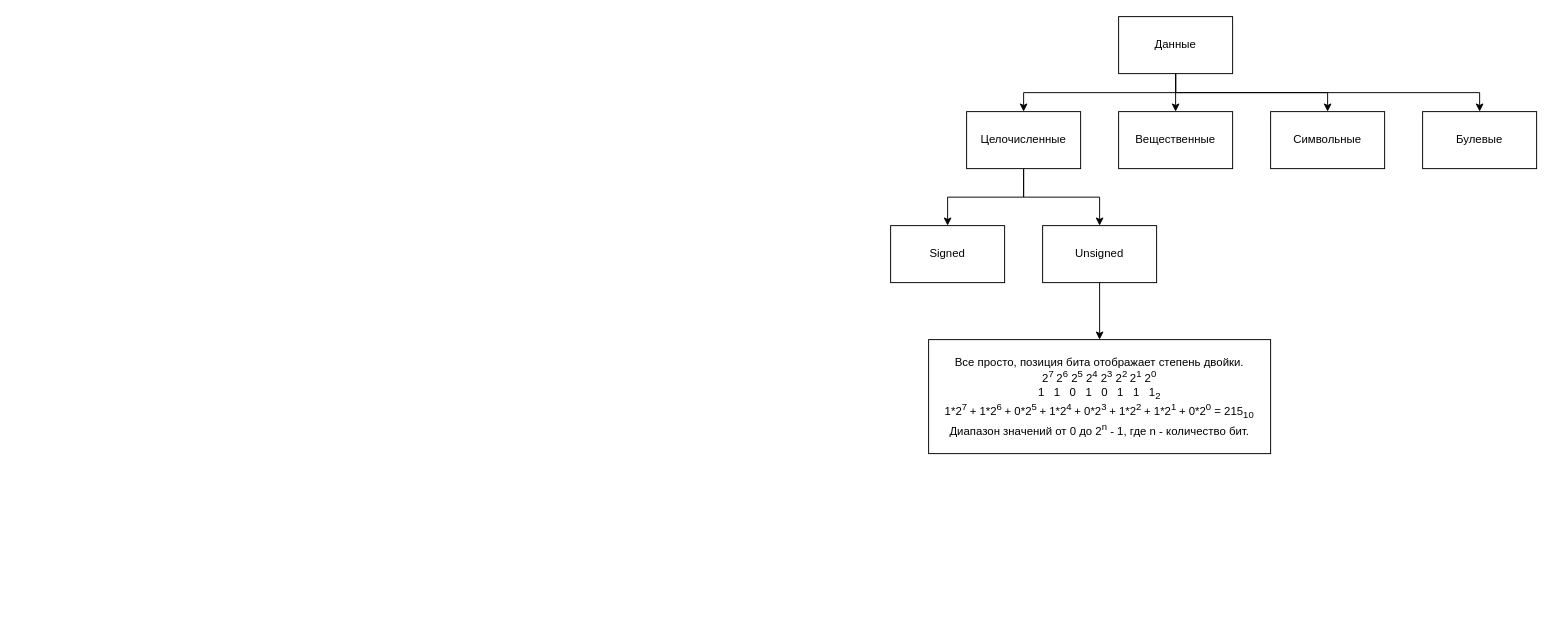
qjz/computer-science keeps this draw.io diagram as computer-architecture.drawio. Above is the earlier version. Source tidied: cells renumbered, new cells numbered last; positions are measured from the earlier drawing's top-left corner, leaving out a move shared by most shapes. Both pictures are drawn from the tidied source at 95%, with x=0, y=0 at pixel (890, 16).
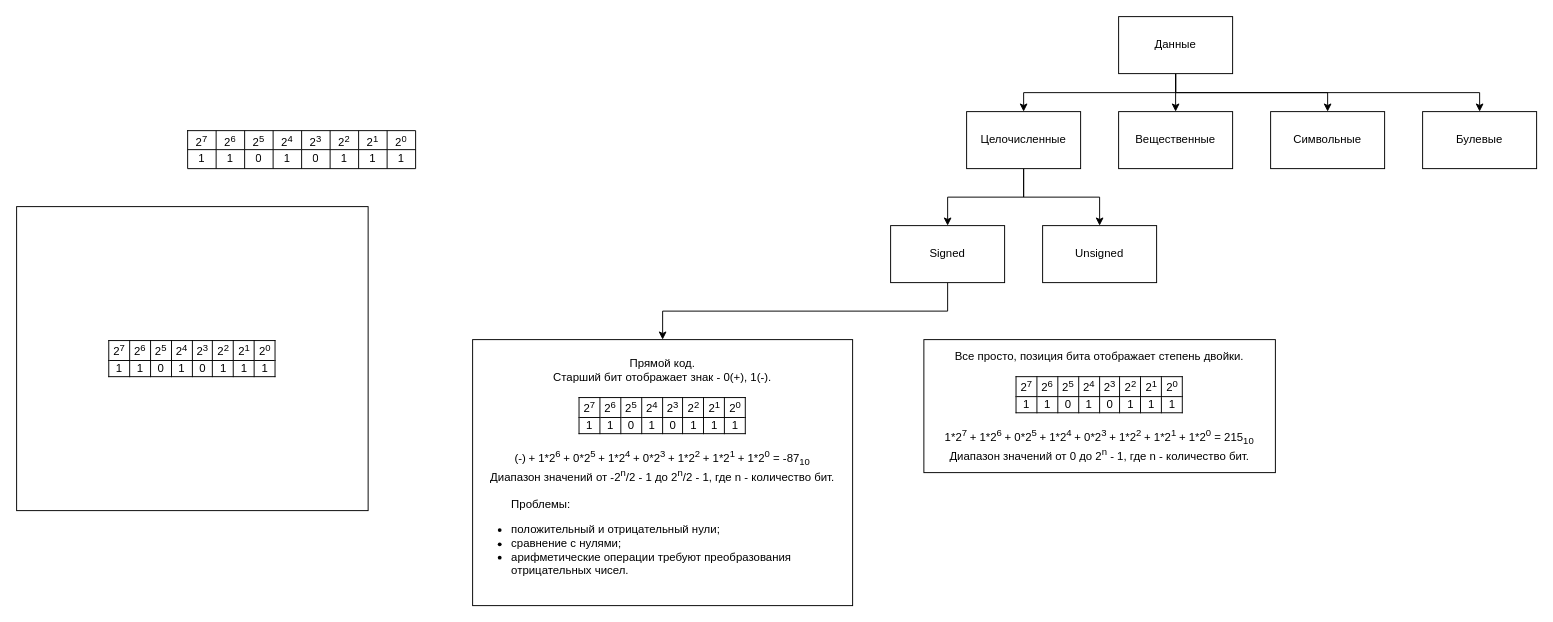
Above is the later version.

Commit message:
signed magnitude representation.drawio

Unchanged cells that the change refers to:
```xml
<mxCell id="13" value="Signed" style="rounded=0;whiteSpace=wrap;html=1;" parent="1" vertex="1">
  <mxGeometry y="220" width="120" height="60" as="geometry" />
</mxCell>
<mxCell id="15" value="Unsigned" style="rounded=0;whiteSpace=wrap;html=1;" parent="1" vertex="1">
  <mxGeometry x="160" y="220" width="120" height="60" as="geometry" />
</mxCell>
```

What changed in the source:
```diff
@@
+    <mxCell id="17" style="edgeStyle=orthogonalEdgeStyle;rounded=0;jettySize=auto;html=1;exitX=0.5;exitY=1;exitDx=0;exitDy=0;entryX=0.5;entryY=0;entryDx=0;entryDy=0;" parent="1" edge="1" source="13" target="38">
+      <mxGeometry relative="1" as="geometry" />
+    </mxCell>
@@
-    <mxCell id="14" style="edgeStyle=orthogonalEdgeStyle;rounded=0;jettySize=auto;html=1;exitX=0.5;exitY=1;exitDx=0;exitDy=0;entryX=0.5;entryY=0;entryDx=0;entryDy=0;" parent="1" edge="1" source="15" target="16">
-      <mxGeometry relative="1" as="geometry" />
-    </mxCell>
@@
-    <mxCell id="16" value="Все просто, позиция бита отображает степень двойки.&lt;br&gt;2&lt;sup&gt;7&lt;/sup&gt;&lt;sup&gt;&amp;nbsp;&lt;/sup&gt;2&lt;sup&gt;6&lt;/sup&gt;&amp;nbsp;2&lt;sup&gt;5&lt;/sup&gt;&amp;nbsp;2&lt;sup&gt;4&lt;/sup&gt;&amp;nbsp;2&lt;sup&gt;3&lt;/sup&gt;&amp;nbsp;2&lt;sup&gt;2&amp;nbsp;&lt;/sup&gt;2&lt;sup&gt;1&lt;/sup&gt;&amp;nbsp;2&lt;sup&gt;0&lt;/sup&gt;&lt;br&gt;1 &amp;nbsp; 1 &amp;nbsp; 0 &amp;nbsp; 1 &amp;nbsp; 0 &amp;nbsp; 1 &amp;nbsp; 1 &amp;nbsp; 1&lt;sub&gt;2&lt;/sub&gt;&lt;br&gt;1*2&lt;sup&gt;7&amp;nbsp;&lt;/sup&gt;+ 1*2&lt;sup&gt;6&amp;nbsp;&lt;/sup&gt;+ 0*2&lt;sup&gt;5&amp;nbsp;&lt;/sup&gt;+ 1*2&lt;sup&gt;4&amp;nbsp;&lt;/sup&gt;+ 0*2&lt;sup&gt;3&amp;nbsp;&lt;/sup&gt;+ 1*2&lt;sup&gt;2&amp;nbsp;&lt;/sup&gt;+ 1*2&lt;sup&gt;1&amp;nbsp;&lt;/sup&gt;+ 0*2&lt;sup&gt;0&lt;/sup&gt;&amp;nbsp;= 215&lt;sub&gt;10&lt;/sub&gt;&lt;br&gt;Диапазон значений от 0 до 2&lt;sup&gt;n&lt;/sup&gt;&amp;nbsp;- 1, где n - количество бит." style="rounded=0;whiteSpace=wrap;html=1;" parent="1" vertex="1">
-      <mxGeometry x="40" y="340" width="360" height="120" as="geometry" />
-    </mxCell>
+    <mxCell id="18" style="shape=table;html=1;whiteSpace=wrap;startSize=0;childLayout=tableLayout;" parent="1" vertex="1">
+      <mxGeometry x="-740" y="120" width="240" height="40" as="geometry" />
+    </mxCell>
+    <mxCell id="19" style="shape=tableRow;horizontal=0;startSize=0;swimlaneHead=0;swimlaneBody=0;top=0;left=0;bottom=0;right=0;fillColor=none;" parent="18" vertex="1">
+      <mxGeometry width="240" height="20" as="geometry" />
+    </mxCell>
+    <mxCell id="20" value="&lt;span&gt;2&lt;/span&gt;&lt;sup&gt;7&lt;/sup&gt;" style="shape=partialRectangle;html=1;whiteSpace=wrap;fillColor=none;top=0;left=0;bottom=0;right=0;overflow=hidden;" parent="19" vertex="1">
+      <mxGeometry width="30" height="20" as="geometry" />
+    </mxCell>
+    <mxCell id="21" value="&lt;span&gt;2&lt;/span&gt;&lt;sup&gt;6&lt;/sup&gt;" style="shape=partialRectangle;html=1;whiteSpace=wrap;fillColor=none;top=0;left=0;bottom=0;right=0;overflow=hidden;" parent="19" vertex="1">
+      <mxGeometry x="30" width="30" height="20" as="geometry" />
+    </mxCell>
+    <mxCell id="22" value="&lt;span&gt;2&lt;/span&gt;&lt;sup&gt;5&lt;/sup&gt;" style="shape=partialRectangle;html=1;whiteSpace=wrap;fillColor=none;top=0;left=0;bottom=0;right=0;overflow=hidden;" parent="19" vertex="1">
+      <mxGeometry x="60" width="30" height="20" as="geometry" />
+    </mxCell>
+    <mxCell id="23" value="&lt;span&gt;2&lt;/span&gt;&lt;sup&gt;4&lt;/sup&gt;" style="shape=partialRectangle;html=1;whiteSpace=wrap;fillColor=none;top=0;left=0;bottom=0;right=0;overflow=hidden;" parent="19" vertex="1">
+      <mxGeometry x="90" width="30" height="20" as="geometry" />
+    </mxCell>
+    <mxCell id="24" value="&lt;span&gt;2&lt;/span&gt;&lt;sup&gt;3&lt;/sup&gt;" style="shape=partialRectangle;html=1;whiteSpace=wrap;fillColor=none;top=0;left=0;bottom=0;right=0;overflow=hidden;" parent="19" vertex="1">
+      <mxGeometry x="120" width="30" height="20" as="geometry" />
+    </mxCell>
+    <mxCell id="25" value="&lt;span&gt;2&lt;/span&gt;&lt;sup&gt;2&lt;/sup&gt;" style="shape=partialRectangle;html=1;whiteSpace=wrap;fillColor=none;top=0;left=0;bottom=0;right=0;overflow=hidden;" parent="19" vertex="1">
+      <mxGeometry x="150" width="30" height="20" as="geometry" />
+    </mxCell>
+    <mxCell id="26" value="&lt;span&gt;2&lt;/span&gt;&lt;sup&gt;1&lt;/sup&gt;" style="shape=partialRectangle;html=1;whiteSpace=wrap;fillColor=none;top=0;left=0;bottom=0;right=0;overflow=hidden;" parent="19" vertex="1">
+      <mxGeometry x="180" width="30" height="20" as="geometry" />
+    </mxCell>
+    <mxCell id="27" value="&lt;span&gt;2&lt;/span&gt;&lt;sup&gt;0&lt;/sup&gt;" style="shape=partialRectangle;html=1;whiteSpace=wrap;fillColor=none;top=0;left=0;bottom=0;right=0;overflow=hidden;" parent="19" vertex="1">
+      <mxGeometry x="210" width="30" height="20" as="geometry" />
+    </mxCell>
+    <mxCell id="28" style="shape=tableRow;horizontal=0;startSize=0;swimlaneHead=0;swimlaneBody=0;top=0;left=0;bottom=0;right=0;fillColor=none;" parent="18" vertex="1">
+      <mxGeometry y="20" width="240" height="20" as="geometry" />
+    </mxCell>
+    <mxCell id="29" value="1" style="shape=partialRectangle;html=1;whiteSpace=wrap;fillColor=none;top=0;left=0;bottom=0;right=0;overflow=hidden;" parent="28" vertex="1">
+      <mxGeometry width="30" height="20" as="geometry" />
+    </mxCell>
+    <mxCell id="30" value="1" style="shape=partialRectangle;html=1;whiteSpace=wrap;fillColor=none;top=0;left=0;bottom=0;right=0;overflow=hidden;" parent="28" vertex="1">
+      <mxGeometry x="30" width="30" height="20" as="geometry" />
+    </mxCell>
+    <mxCell id="31" value="0" style="shape=partialRectangle;html=1;whiteSpace=wrap;fillColor=none;top=0;left=0;bottom=0;right=0;overflow=hidden;" parent="28" vertex="1">
+      <mxGeometry x="60" width="30" height="20" as="geometry" />
+    </mxCell>
+    <mxCell id="32" value="1" style="shape=partialRectangle;html=1;whiteSpace=wrap;fillColor=none;top=0;left=0;bottom=0;right=0;overflow=hidden;" parent="28" vertex="1">
+      <mxGeometry x="90" width="30" height="20" as="geometry" />
+    </mxCell>
+    <mxCell id="33" value="0" style="shape=partialRectangle;html=1;whiteSpace=wrap;fillColor=none;top=0;left=0;bottom=0;right=0;overflow=hidden;" parent="28" vertex="1">
+      <mxGeometry x="120" width="30" height="20" as="geometry" />
+    </mxCell>
+    <mxCell id="34" value="1" style="shape=partialRectangle;html=1;whiteSpace=wrap;fillColor=none;top=0;left=0;bottom=0;right=0;overflow=hidden;" parent="28" vertex="1">
+      <mxGeometry x="150" width="30" height="20" as="geometry" />
+    </mxCell>
+    <mxCell id="35" value="1" style="shape=partialRectangle;html=1;whiteSpace=wrap;fillColor=none;top=0;left=0;bottom=0;right=0;overflow=hidden;" parent="28" vertex="1">
+      <mxGeometry x="180" width="30" height="20" as="geometry" />
+    </mxCell>
+    <mxCell id="36" value="1" style="shape=partialRectangle;html=1;whiteSpace=wrap;fillColor=none;top=0;left=0;bottom=0;right=0;overflow=hidden;" parent="28" vertex="1">
+      <mxGeometry x="210" width="30" height="20" as="geometry" />
+    </mxCell>
+    <mxCell id="37" value="&lt;table border=&quot;1&quot; style=&quot;border: 1px solid rgb(0 , 0 , 0) ; border-collapse: collapse&quot; align=&quot;center&quot;&gt;&lt;tbody&gt;&lt;tr&gt;&lt;td&gt;&amp;nbsp;2&lt;sup&gt;7&lt;/sup&gt;&amp;nbsp;&lt;br&gt;&lt;/td&gt;&lt;td&gt;&amp;nbsp;2&lt;sup&gt;6&lt;/sup&gt;&amp;nbsp;&lt;br&gt;&lt;/td&gt;&lt;td&gt;&amp;nbsp;2&lt;sup&gt;5&lt;/sup&gt;&amp;nbsp;&lt;br&gt;&lt;/td&gt;&lt;td&gt;&amp;nbsp;2&lt;sup&gt;4&lt;/sup&gt;&amp;nbsp;&lt;br&gt;&lt;/td&gt;&lt;td&gt;&amp;nbsp;2&lt;sup&gt;3&lt;/sup&gt;&amp;nbsp;&lt;br&gt;&lt;/td&gt;&lt;td&gt;&amp;nbsp;2&lt;sup&gt;2&lt;/sup&gt;&amp;nbsp;&lt;br&gt;&lt;/td&gt;&lt;td&gt;&amp;nbsp;2&lt;sup&gt;1&lt;/sup&gt;&amp;nbsp;&lt;br&gt;&lt;/td&gt;&lt;td&gt;&amp;nbsp;2&lt;sup&gt;0&lt;/sup&gt;&amp;nbsp;&lt;br&gt;&lt;/td&gt;&lt;/tr&gt;&lt;tr&gt;&lt;td&gt;1&lt;/td&gt;&lt;td&gt;1&lt;/td&gt;&lt;td&gt;0&lt;/td&gt;&lt;td&gt;1&lt;/td&gt;&lt;td&gt;0&lt;/td&gt;&lt;td&gt;1&lt;/td&gt;&lt;td&gt;1&lt;/td&gt;&lt;td&gt;1&lt;/td&gt;&lt;/tr&gt;&lt;/tbody&gt;&lt;/table&gt;" style="whiteSpace=wrap;html=1;" parent="1" vertex="1">
+      <mxGeometry x="-920" y="200" width="370" height="320" as="geometry" />
+    </mxCell>
+    <mxCell id="38" value="Прямой код.&lt;br&gt;Старший бит отображает знак - 0(+), 1(-).&lt;br&gt;&lt;br&gt;&lt;table border=&quot;1&quot; style=&quot;border: 1px solid rgb(0 , 0 , 0) ; border-collapse: collapse&quot; align=&quot;center&quot;&gt;&lt;tbody&gt;&lt;tr&gt;&lt;td&gt;&amp;nbsp;2&lt;sup&gt;7&lt;/sup&gt;&amp;nbsp;&lt;br&gt;&lt;/td&gt;&lt;td&gt;&amp;nbsp;2&lt;sup&gt;6&lt;/sup&gt;&amp;nbsp;&lt;br&gt;&lt;/td&gt;&lt;td&gt;&amp;nbsp;2&lt;sup&gt;5&lt;/sup&gt;&amp;nbsp;&lt;br&gt;&lt;/td&gt;&lt;td&gt;&amp;nbsp;2&lt;sup&gt;4&lt;/sup&gt;&amp;nbsp;&lt;br&gt;&lt;/td&gt;&lt;td&gt;&amp;nbsp;2&lt;sup&gt;3&lt;/sup&gt;&amp;nbsp;&lt;br&gt;&lt;/td&gt;&lt;td&gt;&amp;nbsp;2&lt;sup&gt;2&lt;/sup&gt;&amp;nbsp;&lt;br&gt;&lt;/td&gt;&lt;td&gt;&amp;nbsp;2&lt;sup&gt;1&lt;/sup&gt;&amp;nbsp;&lt;br&gt;&lt;/td&gt;&lt;td&gt;&amp;nbsp;2&lt;sup&gt;0&lt;/sup&gt;&amp;nbsp;&lt;br&gt;&lt;/td&gt;&lt;/tr&gt;&lt;tr&gt;&lt;td&gt;1&lt;/td&gt;&lt;td&gt;1&lt;/td&gt;&lt;td&gt;0&lt;/td&gt;&lt;td&gt;1&lt;/td&gt;&lt;td&gt;0&lt;/td&gt;&lt;td&gt;1&lt;/td&gt;&lt;td&gt;1&lt;/td&gt;&lt;td&gt;1&lt;/td&gt;&lt;/tr&gt;&lt;/tbody&gt;&lt;/table&gt;&lt;br&gt;(-)&lt;sup&gt;&amp;nbsp;&lt;/sup&gt;+ 1*2&lt;sup&gt;6&amp;nbsp;&lt;/sup&gt;+ 0*2&lt;sup&gt;5&amp;nbsp;&lt;/sup&gt;+ 1*2&lt;sup&gt;4&amp;nbsp;&lt;/sup&gt;+ 0*2&lt;sup&gt;3&amp;nbsp;&lt;/sup&gt;+ 1*2&lt;sup&gt;2&amp;nbsp;&lt;/sup&gt;+ 1*2&lt;sup&gt;1&amp;nbsp;&lt;/sup&gt;+ 1*2&lt;sup&gt;0&lt;/sup&gt;&amp;nbsp;= -87&lt;sub&gt;10&lt;/sub&gt;&lt;br&gt;Диапазон значений от -2&lt;sup&gt;n&lt;/sup&gt;/2 - 1 до&amp;nbsp;2&lt;sup&gt;n&lt;/sup&gt;/2 - 1, где n - количество бит.&lt;br&gt;&lt;br&gt;&lt;blockquote style=&quot;margin: 0px 0px 0px 40px ; border: none ; padding: 0px&quot;&gt;&lt;div style=&quot;text-align: left&quot;&gt;Проблемы:&lt;/div&gt;&lt;/blockquote&gt;&lt;div style=&quot;text-align: left&quot;&gt;&lt;ul&gt;&lt;li&gt;положительный и отрицательный нули;&lt;br&gt;&lt;/li&gt;&lt;li&gt;сравнение с нулями;&lt;/li&gt;&lt;li&gt;арифметические операции требуют преобразования отрицательных чисел.&lt;/li&gt;&lt;/ul&gt;&lt;/div&gt;" style="whiteSpace=wrap;html=1;" parent="1" vertex="1">
+      <mxGeometry x="-440" y="340" width="400" height="280" as="geometry" />
+    </mxCell>
+    <mxCell id="39" value="Все просто, позиция бита отображает степень двойки.&lt;br&gt;&lt;br&gt;&lt;table border=&quot;1&quot; style=&quot;border: 1px solid rgb(0 , 0 , 0) ; border-collapse: collapse&quot; align=&quot;center&quot;&gt;&lt;tbody&gt;&lt;tr&gt;&lt;td&gt;&amp;nbsp;2&lt;sup&gt;7&lt;/sup&gt;&amp;nbsp;&lt;br&gt;&lt;/td&gt;&lt;td&gt;&amp;nbsp;2&lt;sup&gt;6&lt;/sup&gt;&amp;nbsp;&lt;br&gt;&lt;/td&gt;&lt;td&gt;&amp;nbsp;2&lt;sup&gt;5&lt;/sup&gt;&amp;nbsp;&lt;br&gt;&lt;/td&gt;&lt;td&gt;&amp;nbsp;2&lt;sup&gt;4&lt;/sup&gt;&amp;nbsp;&lt;br&gt;&lt;/td&gt;&lt;td&gt;&amp;nbsp;2&lt;sup&gt;3&lt;/sup&gt;&amp;nbsp;&lt;br&gt;&lt;/td&gt;&lt;td&gt;&amp;nbsp;2&lt;sup&gt;2&lt;/sup&gt;&amp;nbsp;&lt;br&gt;&lt;/td&gt;&lt;td&gt;&amp;nbsp;2&lt;sup&gt;1&lt;/sup&gt;&amp;nbsp;&lt;br&gt;&lt;/td&gt;&lt;td&gt;&amp;nbsp;2&lt;sup&gt;0&lt;/sup&gt;&amp;nbsp;&lt;br&gt;&lt;/td&gt;&lt;/tr&gt;&lt;tr&gt;&lt;td&gt;1&lt;/td&gt;&lt;td&gt;1&lt;/td&gt;&lt;td&gt;0&lt;/td&gt;&lt;td&gt;1&lt;/td&gt;&lt;td&gt;0&lt;/td&gt;&lt;td&gt;1&lt;/td&gt;&lt;td&gt;1&lt;/td&gt;&lt;td&gt;1&lt;/td&gt;&lt;/tr&gt;&lt;/tbody&gt;&lt;/table&gt;&lt;br&gt;1*2&lt;sup&gt;7&amp;nbsp;&lt;/sup&gt;+ 1*2&lt;sup&gt;6&amp;nbsp;&lt;/sup&gt;+ 0*2&lt;sup&gt;5&amp;nbsp;&lt;/sup&gt;+ 1*2&lt;sup&gt;4&amp;nbsp;&lt;/sup&gt;+ 0*2&lt;sup&gt;3&amp;nbsp;&lt;/sup&gt;+ 1*2&lt;sup&gt;2&amp;nbsp;&lt;/sup&gt;+ 1*2&lt;sup&gt;1&amp;nbsp;&lt;/sup&gt;+ 1*2&lt;sup&gt;0&lt;/sup&gt;&amp;nbsp;= 215&lt;sub&gt;10&lt;/sub&gt;&lt;br&gt;Диапазон значений от 0 до 2&lt;sup&gt;n&lt;/sup&gt;&amp;nbsp;- 1, где n - количество бит." style="whiteSpace=wrap;html=1;" parent="1" vertex="1">
+      <mxGeometry x="35" y="340" width="370" height="140" as="geometry" />
+    </mxCell>
```
